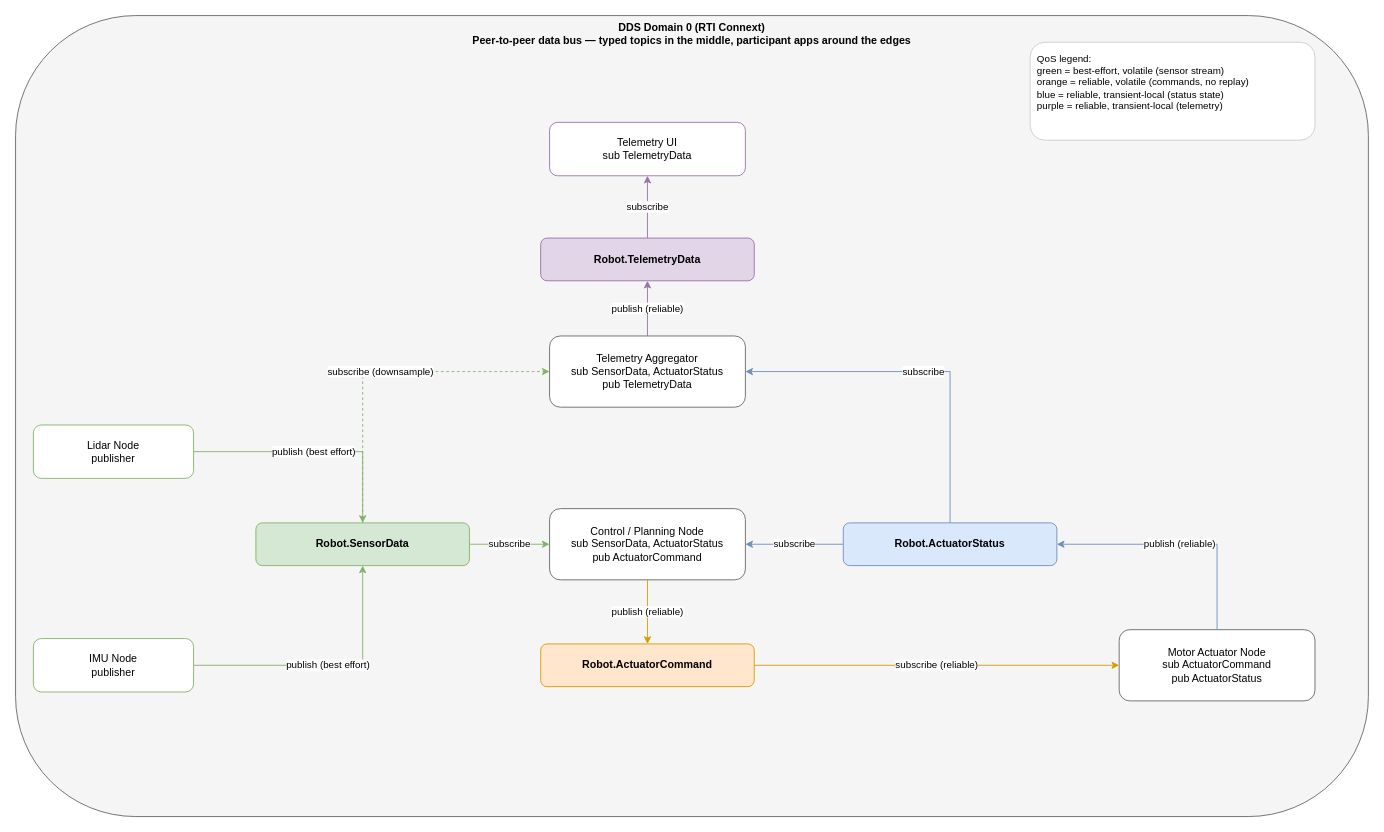
This is robot_system.drawio from rajive/robot_system, a draw.io file, before an edit. Source tidied: cells renumbered, new cells numbered last; positions are measured from the earlier drawing's top-left corner, leaving out a move shared by most shapes. Both pictures are drawn from the tidied source at 89%, with x=0, y=0 at pixel (15, 15).
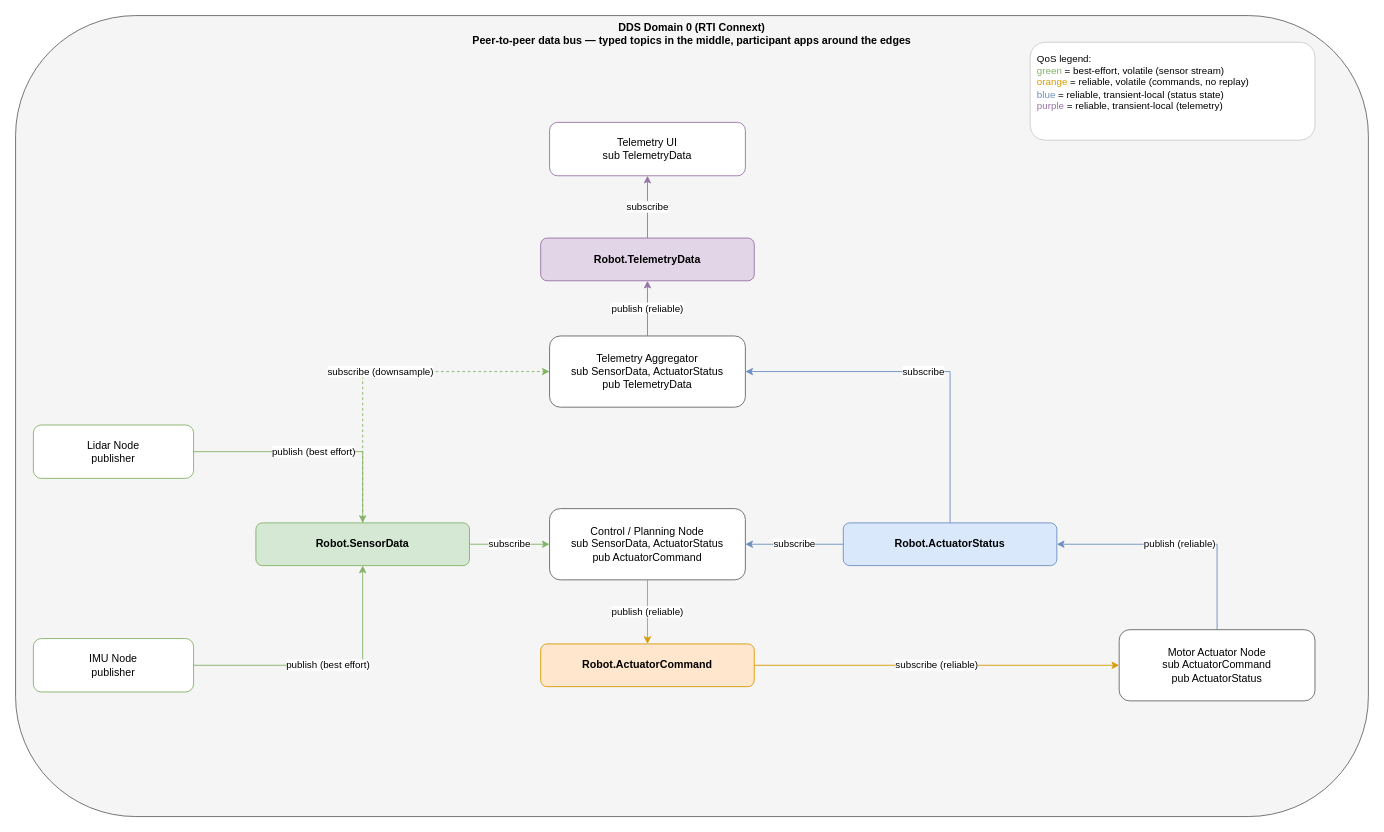
Above is the later version.

Commit message (it also covers changes not shown here):
Color-code QoS legend text in architecture diagram

The change refers to these unchanged cells:
```xml
<mxCell id="2" value="DDS Domain 0 (RTI Connext)&#10;Peer-to-peer data bus — typed topics in the middle, participant apps around the edges" style="rounded=1;whiteSpace=wrap;html=1;fillColor=#f5f5f5;strokeColor=#666666;verticalAlign=top;fontSize=12;fontStyle=1;" parent="1" vertex="1">
  <mxGeometry width="1520" height="900" as="geometry" />
</mxCell>
```

Change to the diagram source:
```diff
@@
-    <mxCell id="21" value="QoS legend:&#10;green  = best-effort, volatile (sensor stream)&#10;orange = reliable, volatile (commands, no replay)&#10;blue   = reliable, transient-local (status state)&#10;purple = reliable, transient-local (telemetry)" style="text;html=1;align=left;verticalAlign=top;fontSize=11;fillColor=#ffffff;strokeColor=#cccccc;rounded=1;spacing=8;" parent="2" vertex="1">
+    <mxCell id="21" value="QoS legend:&lt;br&gt;&lt;font color=&quot;#82b366&quot;&gt;green&lt;/font&gt;  = best-effort, volatile (sensor stream)&lt;br&gt;&lt;font color=&quot;#d79b00&quot;&gt;orange&lt;/font&gt; = reliable, volatile (commands, no replay)&lt;br&gt;&lt;font color=&quot;#6c8ebf&quot;&gt;blue&lt;/font&gt;   = reliable, transient-local (status state)&lt;br&gt;&lt;font color=&quot;#9673a6&quot;&gt;purple&lt;/font&gt; = reliable, transient-local (telemetry)" style="text;html=1;align=left;verticalAlign=top;fontSize=11;fillColor=#ffffff;strokeColor=#cccccc;rounded=1;spacing=8;" parent="2" vertex="1">
       <mxGeometry x="1140" y="30" width="320" height="110" as="geometry" />
     </mxCell>
```
